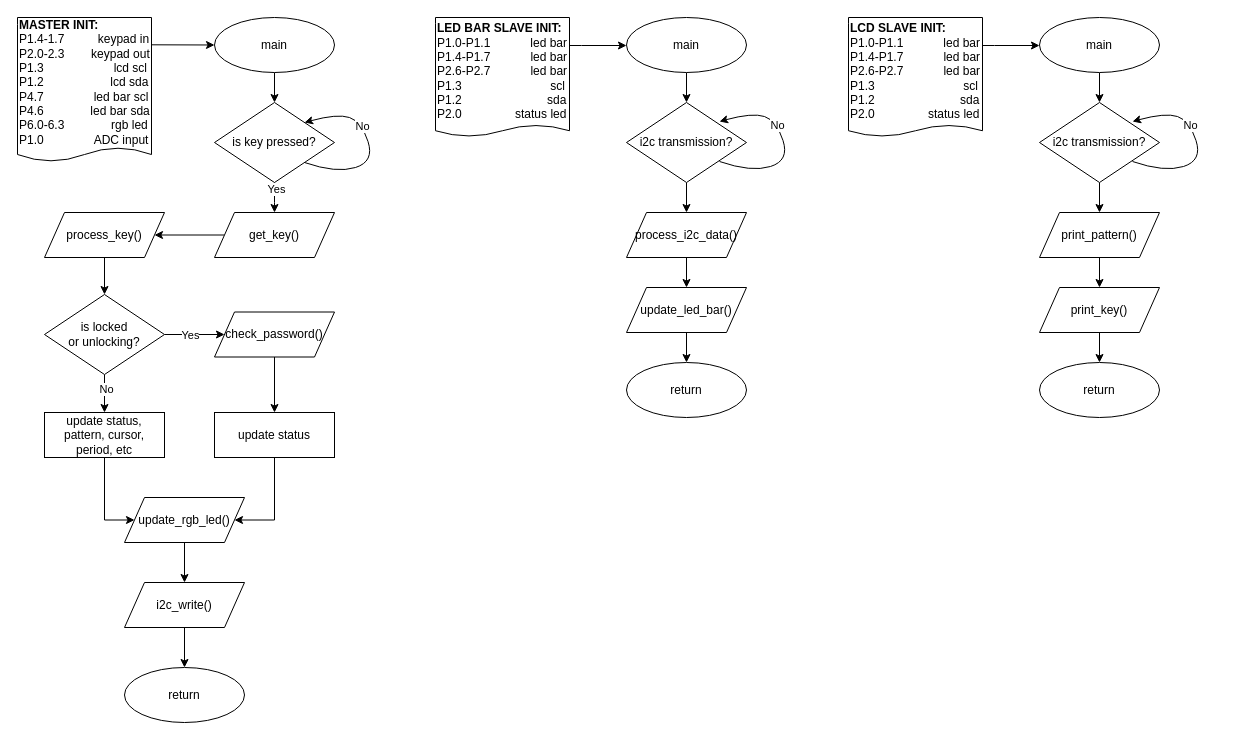
msu-eele-465/project5-jay-kyle keeps this draw.io diagram as docs/planning/proj5_flowcharts.drawio. Above is the earlier version. Source tidied: cells renumbered, new cells numbered last; positions are measured from the earlier drawing's top-left corner, leaving out a move shared by most shapes. Both pictures are drawn from the tidied source at 100%, with x=0, y=0 at pixel (17, 17).
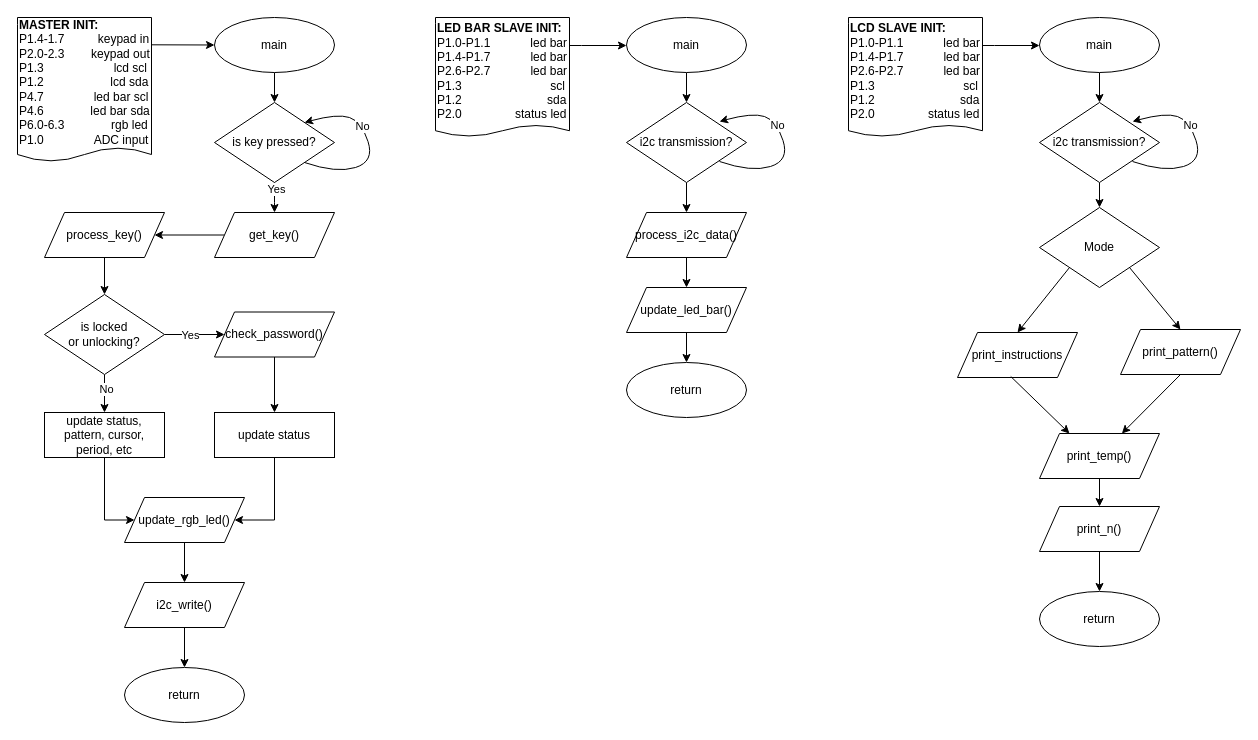
The same diagram, later.

Commit message:
Updated flow chart

Unchanged cells that the change refers to:
```xml
<mxCell id="49" value="i2c transmission?" style="rhombus;whiteSpace=wrap;html=1;" parent="1" vertex="1">
  <mxGeometry x="1022" y="85" width="120" height="80" as="geometry" />
</mxCell>
```

The edit, as a diff of the source:
```diff
@@
-    <mxCell id="48" style="edgeStyle=orthogonalEdgeStyle;rounded=0;jettySize=auto;html=1;" parent="1" edge="1" source="49" target="53">
-      <mxGeometry relative="1" as="geometry" />
-    </mxCell>
+    <mxCell id="57" style="edgeStyle=orthogonalEdgeStyle;rounded=0;jettySize=auto;html=1;" parent="1" edge="1" source="49" target="58">
+      <mxGeometry relative="1" as="geometry" />
+    </mxCell>
@@
-    <mxCell id="52" style="edgeStyle=orthogonalEdgeStyle;rounded=0;jettySize=auto;html=1;" parent="1" edge="1" source="53" target="55">
-      <mxGeometry relative="1" as="geometry" />
-    </mxCell>
     <mxCell id="53" value="print_pattern()" style="shape=parallelogram;perimeter=parallelogramPerimeter;whiteSpace=wrap;html=1;fixedSize=1;" parent="1" vertex="1">
-      <mxGeometry x="1022" y="195" width="120" height="45" as="geometry" />
+      <mxGeometry x="1103" y="312" width="120" height="45" as="geometry" />
     </mxCell>
-    <mxCell id="54" style="edgeStyle=orthogonalEdgeStyle;rounded=0;jettySize=auto;html=1;" parent="1" edge="1" source="55" target="56">
-      <mxGeometry relative="1" as="geometry" />
-    </mxCell>
-    <mxCell id="55" value="print_key()" style="shape=parallelogram;perimeter=parallelogramPerimeter;whiteSpace=wrap;html=1;fixedSize=1;" parent="1" vertex="1">
-      <mxGeometry x="1022" y="270" width="120" height="45" as="geometry" />
+    <mxCell id="55" value="print_temp()" style="shape=parallelogram;perimeter=parallelogramPerimeter;whiteSpace=wrap;html=1;fixedSize=1;" parent="1" vertex="1">
+      <mxGeometry x="1022" y="416" width="120" height="45" as="geometry" />
     </mxCell>
     <mxCell id="56" value="return" style="ellipse;whiteSpace=wrap;html=1;" parent="1" vertex="1">
-      <mxGeometry x="1022" y="345" width="120" height="55" as="geometry" />
+      <mxGeometry x="1022" y="574" width="120" height="55" as="geometry" />
     </mxCell>
+    <mxCell id="58" value="Mode" style="rhombus;whiteSpace=wrap;html=1;" parent="1" vertex="1">
+      <mxGeometry x="1022" y="190" width="120" height="80" as="geometry" />
+    </mxCell>
+    <mxCell id="59" value="print_instructions" style="shape=parallelogram;perimeter=parallelogramPerimeter;whiteSpace=wrap;html=1;fixedSize=1;" parent="1" vertex="1">
+      <mxGeometry x="940" y="315" width="120" height="45" as="geometry" />
+    </mxCell>
+    <mxCell id="60" value="print_n()" style="shape=parallelogram;perimeter=parallelogramPerimeter;whiteSpace=wrap;html=1;fixedSize=1;" parent="1" vertex="1">
+      <mxGeometry x="1022" y="489" width="120" height="45" as="geometry" />
+    </mxCell>
+    <mxCell id="61" style="endArrow=classic;html=1;rounded=0;exitX=1;exitY=1;exitDx=0;exitDy=0;entryX=0.5;entryY=0;entryDx=0;entryDy=0;" parent="1" edge="1" source="58" target="53">
+      <mxGeometry relative="1" as="geometry" />
+    </mxCell>
+    <mxCell id="62" style="endArrow=classic;html=1;rounded=0;exitX=0;exitY=1;exitDx=0;exitDy=0;entryX=0.5;entryY=0;entryDx=0;entryDy=0;" parent="1" edge="1" source="58" target="59">
+      <mxGeometry relative="1" as="geometry" />
+    </mxCell>
+    <mxCell id="63" style="endArrow=classic;html=1;rounded=0;exitX=0.444;exitY=0.978;exitDx=0;exitDy=0;exitPerimeter=0;entryX=0.25;entryY=0;entryDx=0;entryDy=0;" parent="1" edge="1" source="59" target="55">
+      <mxGeometry relative="1" as="geometry" />
+    </mxCell>
+    <mxCell id="52" style="endArrow=classic;html=1;rounded=0;exitX=0.5;exitY=1;exitDx=0;exitDy=0;" parent="1" edge="1" source="53" target="55">
+      <mxGeometry relative="1" as="geometry" />
+    </mxCell>
+    <mxCell id="64" style="endArrow=classic;html=1;rounded=0;exitX=0.5;exitY=1;exitDx=0;exitDy=0;entryX=0.5;entryY=0;entryDx=0;entryDy=0;" parent="1" edge="1" source="55" target="60">
+      <mxGeometry relative="1" as="geometry" />
+    </mxCell>
+    <mxCell id="65" style="endArrow=classic;html=1;rounded=0;exitX=0.5;exitY=1;exitDx=0;exitDy=0;entryX=0.5;entryY=0;entryDx=0;entryDy=0;" parent="1" edge="1" source="60" target="56">
+      <mxGeometry relative="1" as="geometry" />
+    </mxCell>
```
